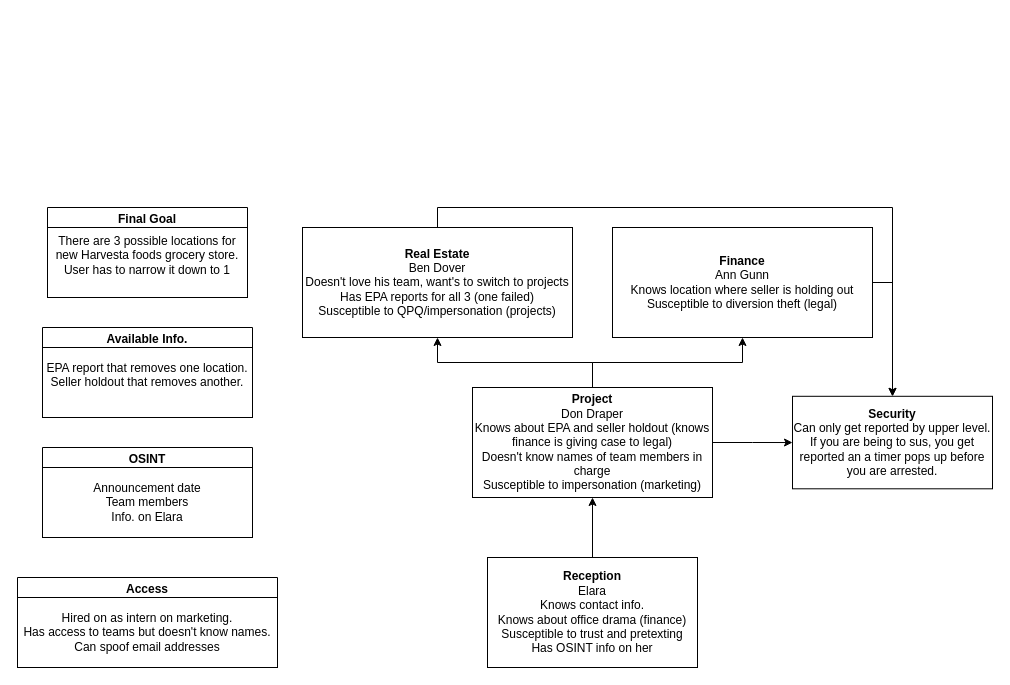
BYU-ECE-Software/BAIT keeps this draw.io diagram as Campaign Definitions/Story.drawio. Above is the earlier version. Source tidied: cells renumbered, new cells numbered last; positions are measured from the earlier drawing's top-left corner, leaving out a move shared by most shapes. Both pictures are drawn from the tidied source at 100%, with x=0, y=0 at pixel (17, 207).
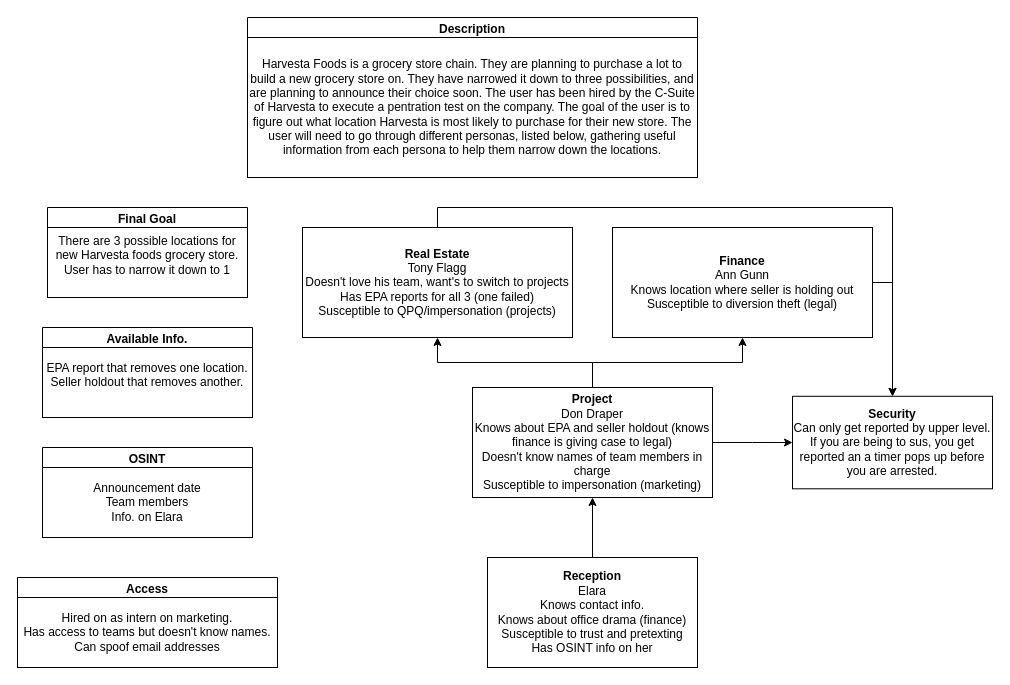
After the change.

Commit message (it also covers changes not shown here):
JSON and story

What changed in the source:
```diff
@@
-    <mxCell id="19" value="&lt;div&gt;&lt;b&gt;Real Estate&lt;/b&gt;&lt;/div&gt;&lt;div&gt;Ben Dover&lt;/div&gt;&lt;div&gt;Doesn't love his team, want's to switch to projects&lt;br&gt;&lt;/div&gt;&lt;div&gt;Has EPA reports for all 3 (one failed)&lt;/div&gt;&lt;div&gt;Susceptible to QPQ/impersonation (projects)&lt;br&gt;&lt;/div&gt;" style="rounded=0;whiteSpace=wrap;html=1;" parent="1" vertex="1">
+    <mxCell id="19" value="&lt;div&gt;&lt;b&gt;Real Estate&lt;/b&gt;&lt;/div&gt;&lt;div&gt;Tony Flagg&lt;/div&gt;&lt;div&gt;Doesn't love his team, want's to switch to projects&lt;br&gt;&lt;/div&gt;&lt;div&gt;Has EPA reports for all 3 (one failed)&lt;/div&gt;&lt;div&gt;Susceptible to QPQ/impersonation (projects)&lt;br&gt;&lt;/div&gt;" style="rounded=0;whiteSpace=wrap;html=1;" parent="1" vertex="1">
       <mxGeometry x="285" y="20" width="270" height="110" as="geometry" />
     </mxCell>
@@
+    <mxCell id="22" value="Description" style="swimlane;whiteSpace=wrap;html=1;" parent="1" vertex="1">
+      <mxGeometry x="230" y="-190" width="450" height="160" as="geometry" />
+    </mxCell>
+    <mxCell id="23" value="&lt;div&gt;Harvesta Foods is a grocery store chain. They are planning to purchase a lot to build a new grocery store on. They have narrowed it down to three possibilities, and are planning to announce their choice soon. The user has been hired by the C-Suite of Harvesta to execute a pentration test on the company. The goal of the user is to figure out what location Harvesta is most likely to purchase for their new store. The user will need to go through different personas, listed below, gathering useful information from each persona to help them narrow down the locations.&lt;/div&gt;" style="whiteSpace=wrap;html=1;" parent="22" vertex="1">
+      <mxGeometry y="20" width="450" height="140" as="geometry" />
+    </mxCell>
```
